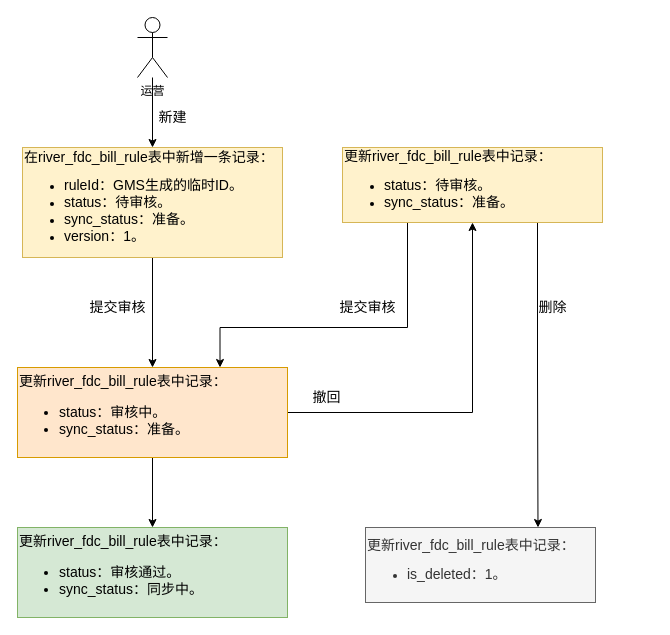
Above: 计费规则同步.drawio in watermoonlx/drawio (draw.io), before the change. Source tidied: cells renumbered, new cells numbered last; positions are measured from the earlier drawing's top-left corner, leaving out a move shared by most shapes. Both pictures are drawn from the tidied source at 100%, with x=0, y=0 at pixel (17, 17).
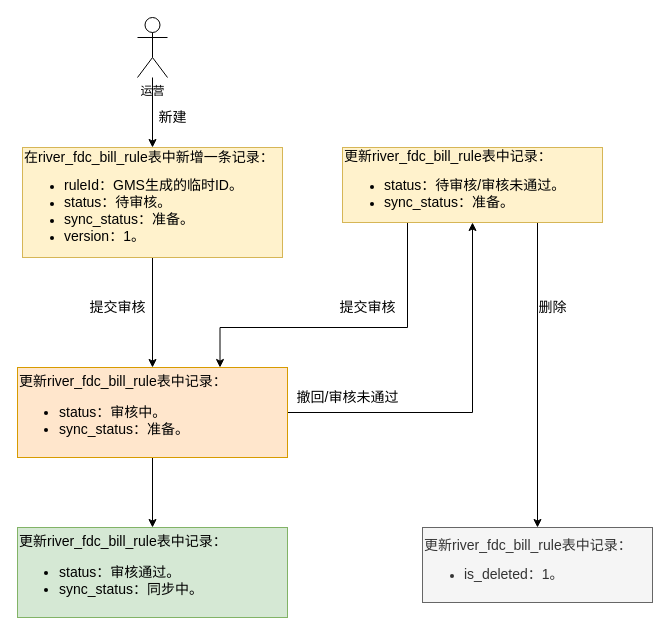
Above is the later version.

Commit message (it also covers changes not shown here):
Update 计费规则同步.drawio

Diff of the diagram source:
```diff
@@
-    <mxCell id="13" style="edgeStyle=orthogonalEdgeStyle;rounded=0;jettySize=auto;html=1;exitX=0.75;exitY=1;exitDx=0;exitDy=0;entryX=0.75;entryY=0;entryDx=0;entryDy=0;fontSize=14;" parent="1" edge="1" source="14" target="17">
+    <mxCell id="13" style="edgeStyle=orthogonalEdgeStyle;rounded=0;jettySize=auto;html=1;exitX=0.75;exitY=1;exitDx=0;exitDy=0;entryX=0.5;entryY=0;entryDx=0;entryDy=0;fontSize=14;" parent="1" edge="1" source="14" target="17">
       <mxGeometry relative="1" as="geometry" />
     </mxCell>
-    <mxCell id="14" value="&lt;div&gt;&lt;font style=&quot;font-size: 14px&quot;&gt;更新river_fdc_bill_rule表中记录：&lt;/font&gt;&lt;/div&gt;&lt;div&gt;&lt;ul&gt;&lt;li&gt;&lt;font style=&quot;font-size: 14px&quot;&gt;status：待审核。&lt;/font&gt;&lt;/li&gt;&lt;li&gt;&lt;font style=&quot;font-size: 14px&quot;&gt;sync_status：准备。&lt;/font&gt;&lt;/li&gt;&lt;/ul&gt;&lt;/div&gt;" style="rounded=0;whiteSpace=wrap;html=1;align=left;fillColor=#fff2cc;strokeColor=#d6b656;" parent="1" vertex="1">
+    <mxCell id="14" value="&lt;div&gt;&lt;font style=&quot;font-size: 14px&quot;&gt;更新river_fdc_bill_rule表中记录：&lt;/font&gt;&lt;/div&gt;&lt;div&gt;&lt;ul&gt;&lt;li&gt;&lt;font style=&quot;font-size: 14px&quot;&gt;status：待审核/审核未通过。&lt;/font&gt;&lt;/li&gt;&lt;li&gt;&lt;font style=&quot;font-size: 14px&quot;&gt;sync_status：准备。&lt;/font&gt;&lt;/li&gt;&lt;/ul&gt;&lt;/div&gt;" style="rounded=0;whiteSpace=wrap;html=1;align=left;fillColor=#fff2cc;strokeColor=#d6b656;" parent="1" vertex="1">
       <mxGeometry x="325" y="130" width="260" height="75" as="geometry" />
     </mxCell>
-    <mxCell id="15" value="撤回" style="text;html=1;align=center;verticalAlign=middle;fontSize=14;" parent="1" vertex="1">
-      <mxGeometry x="289" y="370" width="40" height="20" as="geometry" />
+    <mxCell id="15" value="撤回/审核未通过" style="text;html=1;align=center;verticalAlign=middle;fontSize=14;" parent="1" vertex="1">
+      <mxGeometry x="270" y="370" width="120" height="20" as="geometry" />
     </mxCell>
@@
-    <mxCell id="17" value="&lt;div&gt;&lt;font style=&quot;font-size: 14px&quot;&gt;更新river_fdc_bill_rule表中记录：&lt;/font&gt;&lt;/div&gt;&lt;div&gt;&lt;ul&gt;&lt;li&gt;&lt;span style=&quot;font-size: 14px&quot;&gt;is_deleted：1。&lt;/span&gt;&lt;/li&gt;&lt;/ul&gt;&lt;/div&gt;" style="rounded=0;whiteSpace=wrap;html=1;align=left;fillColor=#f5f5f5;strokeColor=#666666;fontColor=#333333;" parent="1" vertex="1">
-      <mxGeometry x="348" y="510" width="230" height="75" as="geometry" />
+    <mxCell id="17" value="&lt;div&gt;&lt;font style=&quot;font-size: 14px&quot;&gt;更新river_fdc_bill_rule表中记录：&lt;/font&gt;&lt;/div&gt;&lt;div&gt;&lt;ul&gt;&lt;li&gt;&lt;span style=&quot;font-size: 14px&quot;&gt;is_deleted：1。&lt;br&gt;&lt;/span&gt;&lt;/li&gt;&lt;/ul&gt;&lt;/div&gt;" style="rounded=0;whiteSpace=wrap;html=1;align=left;fillColor=#f5f5f5;strokeColor=#666666;fontColor=#333333;" parent="1" vertex="1">
+      <mxGeometry x="405" y="510" width="230" height="75" as="geometry" />
     </mxCell>
```
